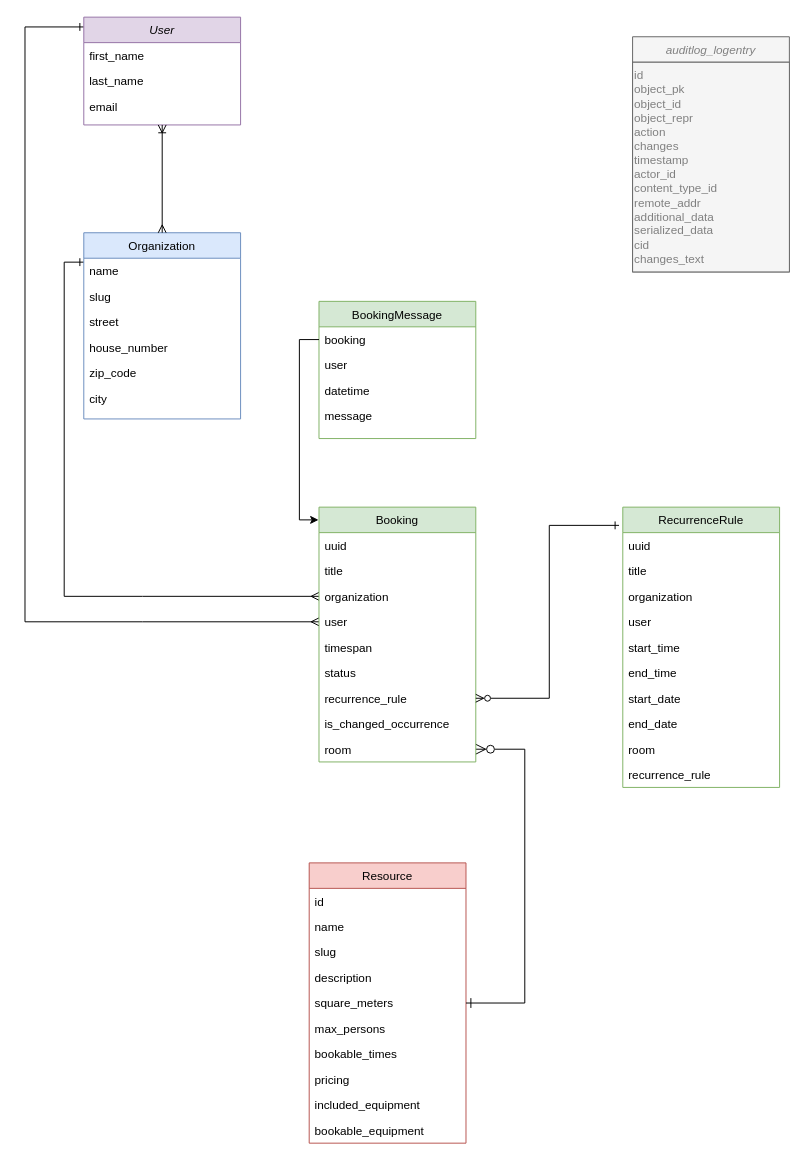
The draw.io diagram docs/modelling/erd-v1.1.2-reccurence_in_seperate_model_logentry.drawio in Haus-des-Engagements/re-sharing, before the edit. Source tidied: cells renumbered, new cells numbered last; positions are measured from the earlier drawing's top-left corner, leaving out a move shared by most shapes. Both pictures are drawn from the tidied source at 98%, with x=0, y=0 at pixel (24, 17).
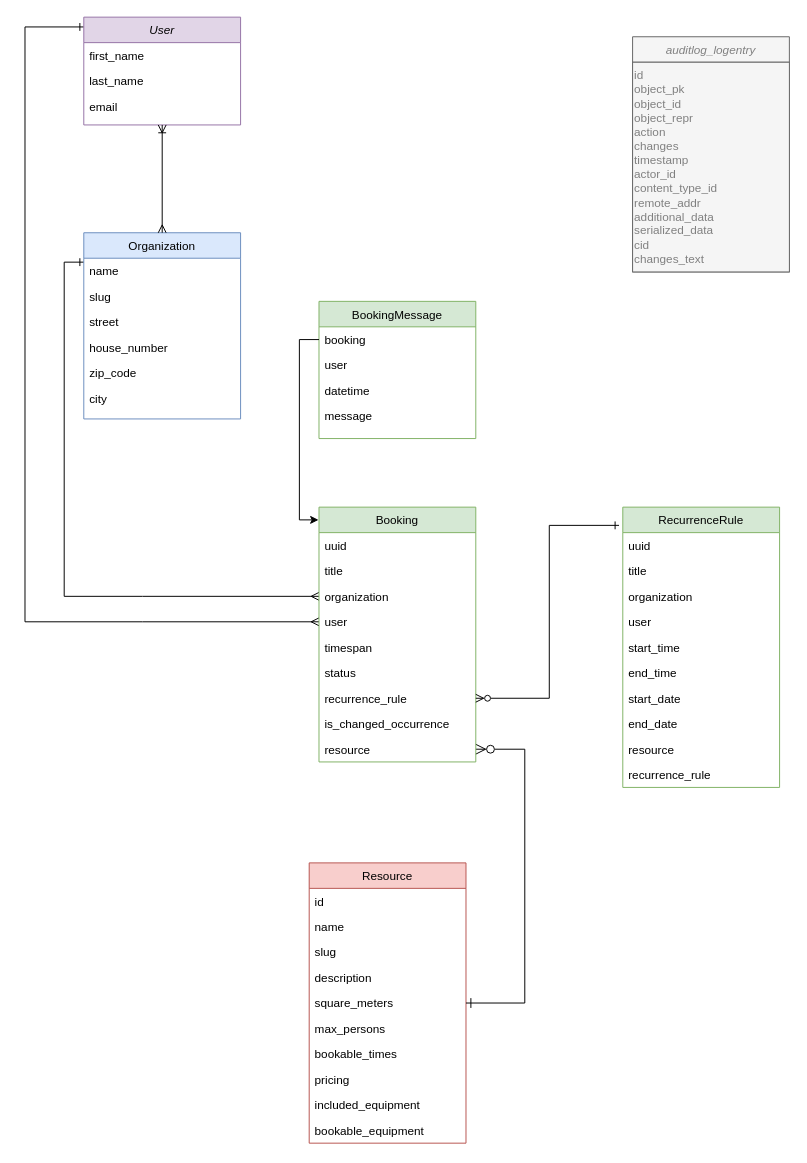
The same page after the edit.

The change refers to these unchanged cells:
```xml
<mxCell id="33" value="Booking" style="swimlane;fontStyle=0;align=center;verticalAlign=top;horizontal=1;startSize=26;rounded=0;shadow=0;strokeWidth=1;fillColor=#d5e8d4;strokeColor=#82b366;" parent="1" vertex="1">
  <mxGeometry x="300" y="500" width="160" height="260" as="geometry" />
</mxCell>
<mxCell id="43" value="RecurrenceRule" style="swimlane;fontStyle=0;align=center;verticalAlign=top;horizontal=1;startSize=26;rounded=0;shadow=0;strokeWidth=1;fillColor=#d5e8d4;strokeColor=#82b366;" parent="1" vertex="1">
  <mxGeometry x="610" y="500" width="160" height="286" as="geometry" />
</mxCell>
```

Change to the diagram source:
```diff
@@
-    <mxCell id="42" value="room" style="text;align=left;verticalAlign=top;spacingLeft=4;spacingRight=4;overflow=hidden;points=[[0,0.5],[1,0.5]];portConstraint=eastwest;rounded=0;shadow=0;html=0;" parent="33" vertex="1">
+    <mxCell id="42" value="resource" style="text;align=left;verticalAlign=top;spacingLeft=4;spacingRight=4;overflow=hidden;points=[[0,0.5],[1,0.5]];portConstraint=eastwest;rounded=0;shadow=0;html=0;" parent="33" vertex="1">
       <mxGeometry y="234" width="160" height="26" as="geometry" />
     </mxCell>
@@
-    <mxCell id="52" value="room" style="text;align=left;verticalAlign=top;spacingLeft=4;spacingRight=4;overflow=hidden;rounded=0;shadow=0;html=0;" parent="43" vertex="1">
+    <mxCell id="52" value="resource" style="text;align=left;verticalAlign=top;spacingLeft=4;spacingRight=4;overflow=hidden;rounded=0;shadow=0;html=0;" parent="43" vertex="1">
       <mxGeometry y="234" width="160" height="26" as="geometry" />
     </mxCell>
```
